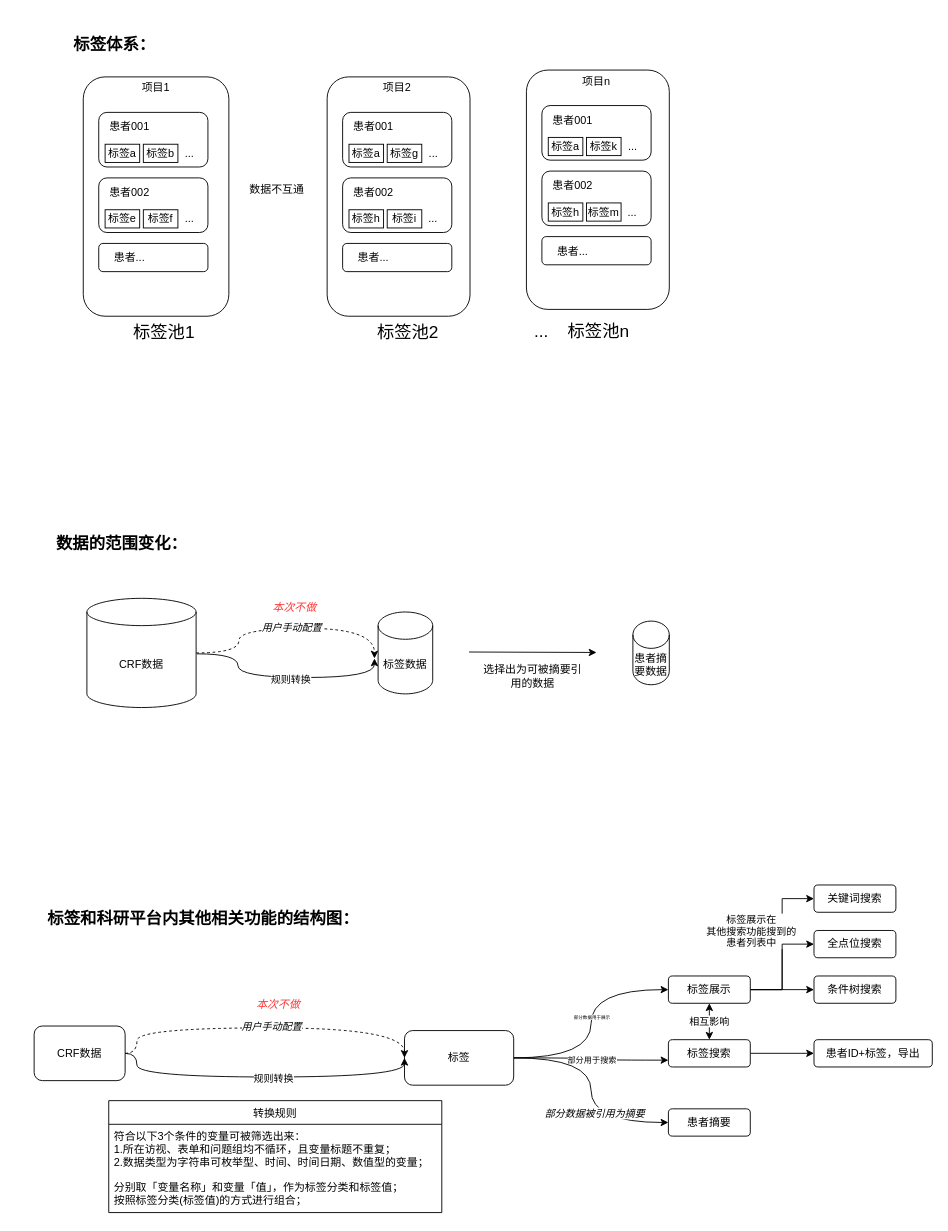
The draw.io diagram 系统关系.drawio in ElsaTravel/hello-world, before the edit. Source tidied: cells renumbered, new cells numbered last; positions are measured from the earlier drawing's top-left corner, leaving out a move shared by most shapes. Both pictures are drawn from the tidied source at 91%, with x=0, y=0 at pixel (15, 34).
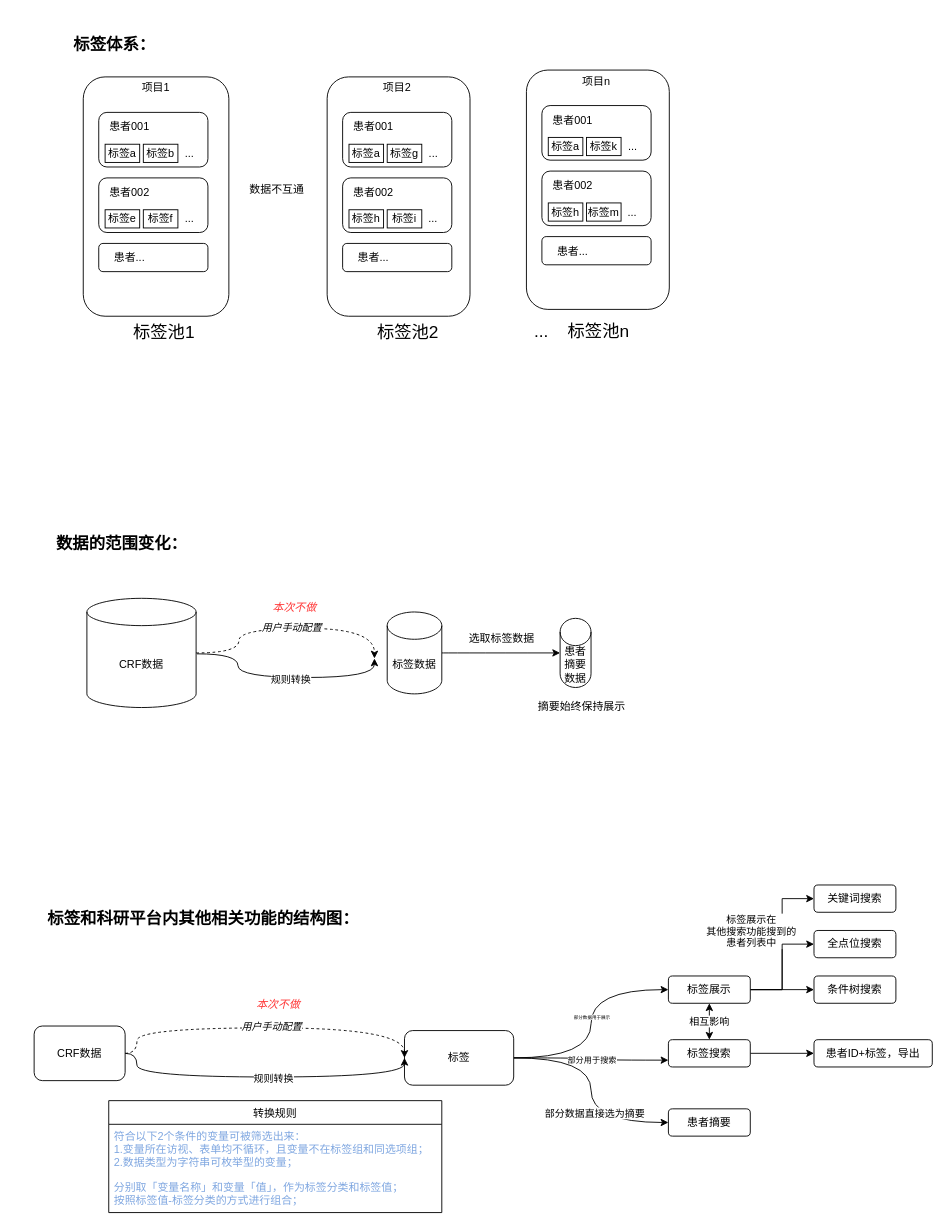
The same page after the edit.

Commit message:
更新系统关系.drawio

The change refers to these unchanged cells:
```xml
<mxCell id="10" style="edgeStyle=orthogonalEdgeStyle;curved=1;rounded=0;jettySize=auto;html=1;exitX=1;exitY=0.5;exitDx=0;exitDy=0;entryX=0;entryY=0.5;entryDx=0;entryDy=0;" parent="1" edge="1" source="12" target="30">
  <mxGeometry relative="1" as="geometry" />
</mxCell>
<mxCell id="32" value="转换规则" style="swimlane;fontStyle=0;horizontal=1;startSize=26;" parent="1" vertex="1">
  <mxGeometry x="102" y="1172" width="366" height="123" as="geometry" />
</mxCell>
```

Diff of the diagram source:
```diff
@@
-    <mxCell id="4" style="endArrow=classic;html=1;" parent="1" edge="1">
-      <mxGeometry relative="1" as="geometry">
-        <mxPoint x="498" y="679" as="sourcePoint" />
-        <mxPoint x="638" y="679.5" as="targetPoint" />
-      </mxGeometry>
-    </mxCell>
-    <mxCell id="5" value="&lt;span&gt;选择出为可被摘要引用的数据&lt;/span&gt;" style="text;html=1;align=center;verticalAlign=middle;whiteSpace=wrap;rounded=0;fontStyle=0;" parent="1" vertex="1">
-      <mxGeometry x="513" y="681" width="110" height="50" as="geometry" />
+    <mxCell id="5" value="摘要始终保持展示" style="text;html=1;align=center;verticalAlign=middle;whiteSpace=wrap;rounded=0;fontStyle=0;" parent="1" vertex="1">
+      <mxGeometry x="567" y="714" width="110" height="50" as="geometry" />
     </mxCell>
@@
-    <mxCell id="11" value="部分数据被引用为摘要" style="edgeLabel;html=1;align=center;verticalAlign=middle;fontStyle=2;" parent="10" vertex="1">
+    <mxCell id="11" value="部分数据直接选为摘要" style="edgeLabel;html=1;align=center;verticalAlign=middle;fontStyle=0;" parent="10" vertex="1">
       <mxGeometry x="0.27" y="3" relative="1" as="geometry">
         <mxPoint y="-8" as="offset" />
       </mxGeometry>
     </mxCell>
@@
+    <mxCell id="90" style="edgeStyle=orthogonalEdgeStyle;curved=1;rounded=0;jettySize=auto;html=1;exitX=1;exitY=0.5;exitDx=0;exitDy=0;exitPerimeter=0;entryX=0;entryY=0.5;entryDx=0;entryDy=0;entryPerimeter=0;fontSize=19;" parent="1" edge="1" source="13" target="15">
+      <mxGeometry relative="1" as="geometry" />
+    </mxCell>
     <mxCell id="13" value="&lt;span&gt;标签数据&lt;/span&gt;" style="shape=cylinder3;whiteSpace=wrap;html=1;boundedLbl=1;backgroundOutline=1;size=15;" parent="1" vertex="1">
-      <mxGeometry x="398" y="635" width="60" height="90" as="geometry" />
+      <mxGeometry x="408" y="635" width="60" height="90" as="geometry" />
     </mxCell>
@@
     <mxCell id="15" value="患者摘要数据" style="shape=cylinder3;whiteSpace=wrap;html=1;boundedLbl=1;backgroundOutline=1;size=15;" parent="1" vertex="1">
-      <mxGeometry x="678" y="645" width="40" height="70" as="geometry" />
+      <mxGeometry x="598" y="642" width="34" height="76" as="geometry" />
     </mxCell>
@@
-    <mxCell id="33" value="符合以下3个条件的变量可被筛选出来：&#10;1.所在访视、表单和问题组均不循环，且变量标题不重复；&#10;2.数据类型为字符串可枚举型、时间、时间日期、数值型的变量；&#10;&#10;分别取「变量名称」和变量「值」，作为标签分类和标签值；&#10;按照标签分类(标签值)的方式进行组合；" style="text;align=left;verticalAlign=top;spacingLeft=4;spacingRight=4;overflow=hidden;" parent="32" vertex="1">
+    <mxCell id="33" value="符合以下2个条件的变量可被筛选出来：&#10;1.变量所在访视、表单均不循环，且变量不在标签组和同选项组；&#10;2.数据类型为字符串可枚举型的变量；&#10;&#10;分别取「变量名称」和变量「值」，作为标签分类和标签值；&#10;按照标签值-标签分类的方式进行组合；" style="text;align=left;verticalAlign=top;spacingLeft=4;spacingRight=4;overflow=hidden;fontColor=#7EA6E0;" parent="32" vertex="1">
       <mxGeometry y="26" width="366" height="97" as="geometry" />
     </mxCell>
@@
+    <mxCell id="91" value="选取标签数据" style="text;html=1;align=center;verticalAlign=middle;whiteSpace=wrap;rounded=0;fontStyle=0;" parent="1" vertex="1">
+      <mxGeometry x="479" y="640" width="110" height="50" as="geometry" />
+    </mxCell>
```
